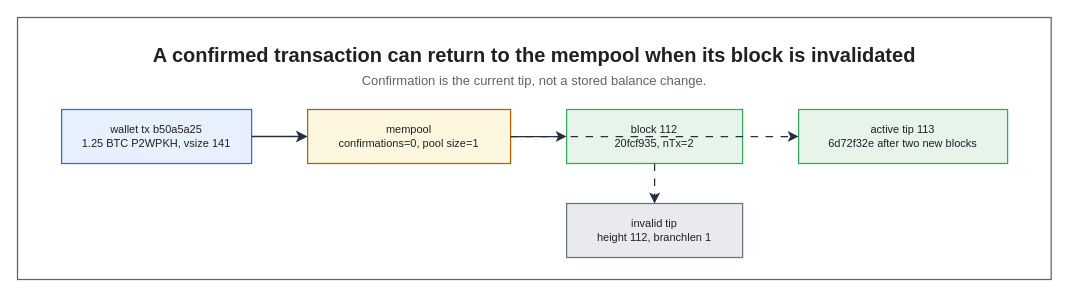
Earlier version of the draw.io diagram assets/img/blockchain/bitcoin-mempool-reorg.drawio (KKamJi98/kkamji98.github.io). Source tidied: cells renumbered, new cells numbered last; positions are measured from the earlier drawing's top-left corner, leaving out a move shared by most shapes. Both pictures are drawn from the tidied source at 100%, with x=0, y=0 at pixel (17, 17).
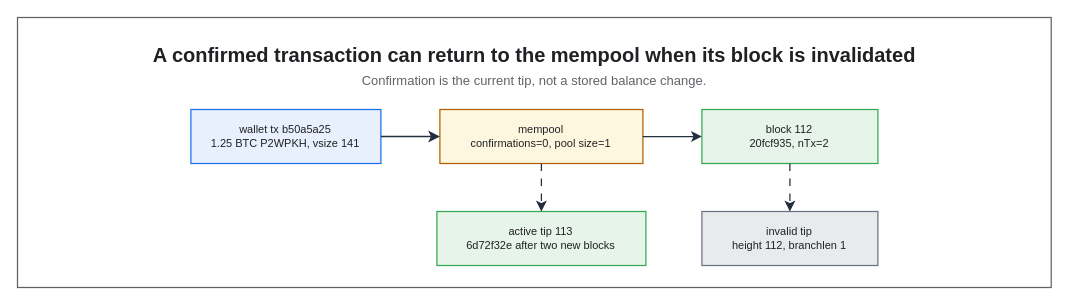
The same page after the edit.

Commit message (it also covers changes not shown here):
fix(diagram): stop the reorg dashed edge from crossing block 112

Diff of the diagram source:
```diff
@@
 <mxGraphModel background="#FFFFFF">
   <root>
     <mxCell id="0" />
     <mxCell id="1" parent="0" />
     <mxCell id="2" style="rounded=0;html=0;fillColor=none;strokeColor=#5F6368;fontColor=#202124;strokeWidth=1.25;" parent="1" vertex="1">
-      <mxGeometry width="1033.7" height="262" as="geometry" />
+      <mxGeometry width="1033.7" height="270" as="geometry" />
     </mxCell>
     <mxCell id="3" value="A confirmed transaction can return to the mempool when its block is invalidated" style="text;html=0;whiteSpace=wrap;fillColor=none;strokeColor=none;fontColor=#202124;fontSize=20;fontStyle=1;align=center;verticalAlign=middle;" parent="1" vertex="1">
       <mxGeometry x="22" y="22" width="989.7" height="30" as="geometry" />
     </mxCell>
     <mxCell id="4" value="Confirmation is the current tip, not a stored balance change." style="text;html=0;whiteSpace=wrap;fillColor=none;strokeColor=none;fontColor=#5F6368;fontSize=13;fontStyle=0;align=center;verticalAlign=middle;" parent="1" vertex="1">
       <mxGeometry x="22" y="52" width="989.7" height="22" as="geometry" />
     </mxCell>
     <mxCell id="5" value="wallet tx b50a5a25&#10;1.25 BTC P2WPKH, vsize 141" style="rounded=0;whiteSpace=wrap;html=0;fillColor=#E8F0FE;strokeColor=#1A73E8;fontColor=#202124;fontSize=11;fontStyle=0;align=center;verticalAlign=middle;spacingLeft=6;spacingRight=6;strokeWidth=1.25;" parent="1" vertex="1">
-      <mxGeometry x="44.1" y="92" width="190" height="54" as="geometry" />
+      <mxGeometry x="173.4" y="92" width="190" height="54" as="geometry" />
     </mxCell>
     <mxCell id="6" value="mempool&#10;confirmations=0, pool size=1" style="rounded=0;whiteSpace=wrap;html=0;fillColor=#FEF7E0;strokeColor=#B06000;fontColor=#202124;fontSize=11;fontStyle=0;align=center;verticalAlign=middle;spacingLeft=6;spacingRight=6;strokeWidth=1.25;" parent="1" vertex="1">
-      <mxGeometry x="290.1" y="92" width="203" height="54" as="geometry" />
+      <mxGeometry x="422.4" y="92" width="203" height="54" as="geometry" />
     </mxCell>
     <mxCell id="7" value="block 112&#10;20fcf935, nTx=2" style="rounded=0;whiteSpace=wrap;html=0;fillColor=#E6F4EA;strokeColor=#34A853;fontColor=#202124;fontSize=11;fontStyle=0;align=center;verticalAlign=middle;spacingLeft=6;spacingRight=6;strokeWidth=1.25;" parent="1" vertex="1">
-      <mxGeometry x="549.1" y="92" width="176" height="54" as="geometry" />
+      <mxGeometry x="684.4" y="92" width="176" height="54" as="geometry" />
     </mxCell>
+    <mxCell id="9" value="active tip 113&#10;6d72f32e after two new blocks" style="rounded=0;whiteSpace=wrap;html=0;fillColor=#E6F4EA;strokeColor=#34A853;fontColor=#202124;fontSize=11;fontStyle=0;align=center;verticalAlign=middle;spacingLeft=6;spacingRight=6;strokeWidth=1.25;" parent="1" vertex="1">
+      <mxGeometry x="419.4" y="194" width="209" height="54" as="geometry" />
+    </mxCell>
     <mxCell id="8" value="invalid tip&#10;height 112, branchlen 1" style="rounded=0;whiteSpace=wrap;html=0;fillColor=#E8EAED;strokeColor=#6B7280;fontColor=#202124;fontSize=11;fontStyle=0;align=center;verticalAlign=middle;spacingLeft=6;spacingRight=6;strokeWidth=1.25;" parent="1" vertex="1">
-      <mxGeometry x="549.1" y="186" width="176" height="54" as="geometry" />
+      <mxGeometry x="684.4" y="194" width="176" height="54" as="geometry" />
     </mxCell>
-    <mxCell id="9" value="active tip 113&#10;6d72f32e after two new blocks" style="rounded=0;whiteSpace=wrap;html=0;fillColor=#E6F4EA;strokeColor=#34A853;fontColor=#202124;fontSize=11;fontStyle=0;align=center;verticalAlign=middle;spacingLeft=6;spacingRight=6;strokeWidth=1.25;" parent="1" vertex="1">
-      <mxGeometry x="781.1" y="92" width="209" height="54" as="geometry" />
-    </mxCell>
     <mxCell id="10" style="edgeStyle=orthogonalEdgeStyle;rounded=0;html=0;strokeColor=#232F3E;strokeWidth=1.5;endArrow=classic;endFill=1;endSize=7;fontSize=11;fontColor=#202124;labelBackgroundColor=none;jettySize=14;exitX=1;exitY=0.5;entryX=0;entryY=0.5;exitDx=0;exitDy=0;entryDx=0;entryDy=0;" parent="1" edge="1" source="5" target="6">
       <mxGeometry relative="1" as="geometry" />
     </mxCell>
     <mxCell id="11" style="edgeStyle=orthogonalEdgeStyle;rounded=0;html=0;strokeColor=#232F3E;strokeWidth=1.25;endArrow=classic;endFill=1;endSize=7;fontSize=11;fontColor=#202124;labelBackgroundColor=none;jettySize=14;exitX=1;exitY=0.5;entryX=0;entryY=0.5;exitDx=0;exitDy=0;entryDx=0;entryDy=0;" parent="1" edge="1" source="6" target="7">
       <mxGeometry relative="1" as="geometry" />
     </mxCell>
+    <mxCell id="13" style="edgeStyle=orthogonalEdgeStyle;rounded=0;html=0;strokeColor=#232F3E;strokeWidth=1.25;endArrow=classic;endFill=1;endSize=7;fontSize=11;fontColor=#202124;labelBackgroundColor=none;jettySize=14;dashed=1;dashPattern=6 6;exitX=0.5;exitY=1;entryX=0.5;entryY=0;exitDx=0;exitDy=0;entryDx=0;entryDy=0;" parent="1" edge="1" source="6" target="9">
+      <mxGeometry relative="1" as="geometry" />
+    </mxCell>
     <mxCell id="12" style="edgeStyle=orthogonalEdgeStyle;rounded=0;html=0;strokeColor=#232F3E;strokeWidth=1.25;endArrow=classic;endFill=1;endSize=7;fontSize=11;fontColor=#202124;labelBackgroundColor=none;jettySize=14;dashed=1;dashPattern=6 6;exitX=0.5;exitY=1;entryX=0.5;entryY=0;exitDx=0;exitDy=0;entryDx=0;entryDy=0;" parent="1" edge="1" source="7" target="8">
       <mxGeometry relative="1" as="geometry" />
     </mxCell>
-    <mxCell id="13" style="edgeStyle=orthogonalEdgeStyle;rounded=0;html=0;strokeColor=#232F3E;strokeWidth=1.25;endArrow=classic;endFill=1;endSize=7;fontSize=11;fontColor=#202124;labelBackgroundColor=none;jettySize=14;dashed=1;dashPattern=6 6;exitX=1;exitY=0.5;entryX=0;entryY=0.5;exitDx=0;exitDy=0;entryDx=0;entryDy=0;" parent="1" edge="1" source="6" target="9">
-      <mxGeometry relative="1" as="geometry">
-        <Array as="points">
-          <mxPoint x="637.1" y="119" />
-          <mxPoint x="637.1" y="119" />
-        </Array>
-      </mxGeometry>
-    </mxCell>
   </root>
 </mxGraphModel>
```
